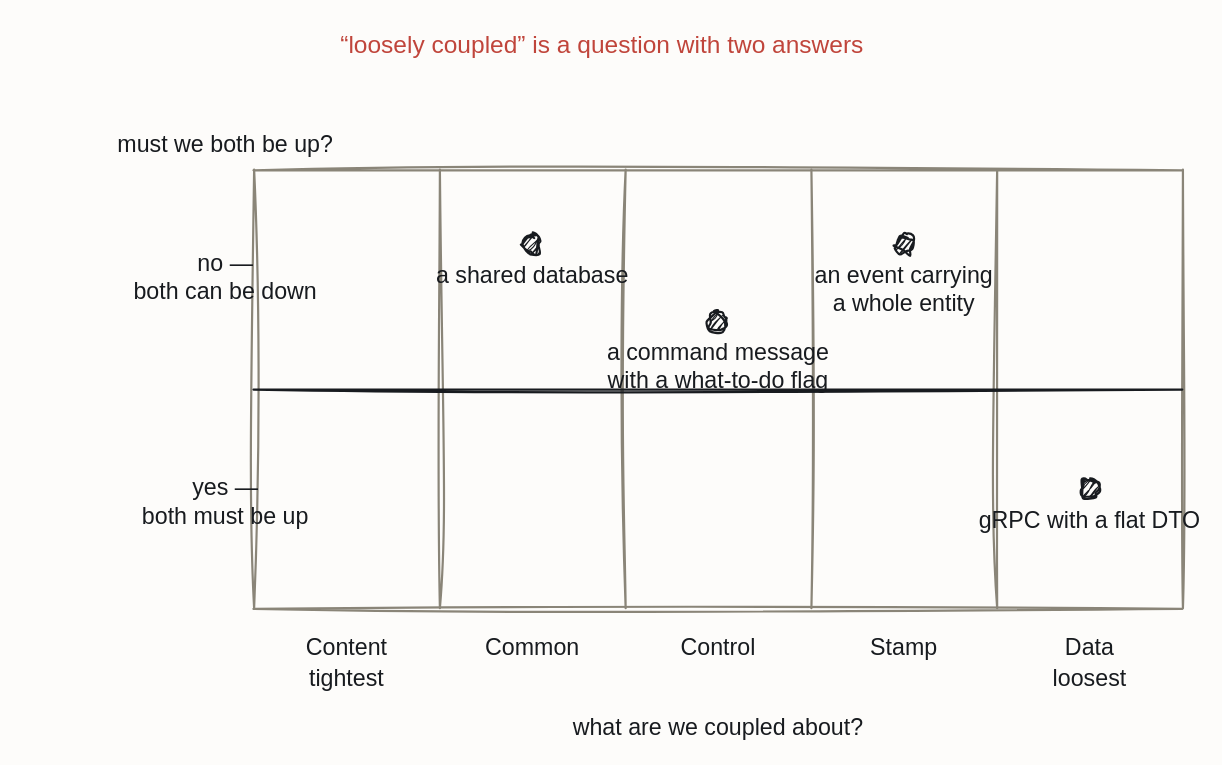
Above: resources/grid-coupling.drawio in iancooper/practical-messaging (draw.io), before the change. Source tidied: cells renumbered, new cells numbered last; positions are measured from the earlier drawing's top-left corner, leaving out a move shared by most shapes. Both pictures are drawn from the tidied source at 129%, with x=0, y=0 at pixel (147, 22).
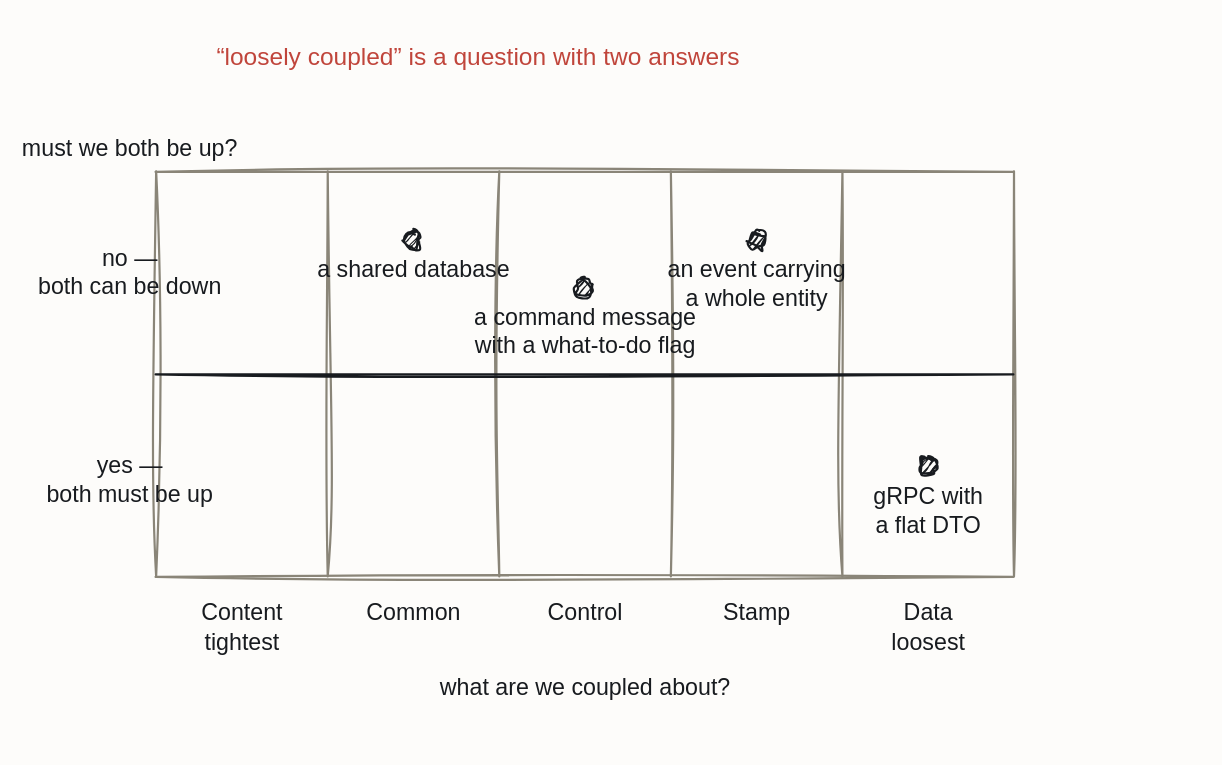
After the change.

Change to the diagram source:
```diff
@@
     <mxCell id="2" style="sketch=1;hachureGap=4;jiggle=2;curveFitting=1;fontFamily=Caveat;html=1;shape=line;strokeColor=#8A8578;strokeWidth=1.7;fillColor=none;fontColor=#8A8578;fontSize=13;" parent="1" vertex="1">
-      <mxGeometry x="82" y="114" width="720" height="1" as="geometry" />
+      <mxGeometry x="6.1" y="115.3" width="665" height="0.9" as="geometry" />
     </mxCell>
     <mxCell id="3" style="sketch=1;hachureGap=4;jiggle=2;curveFitting=1;fontFamily=Caveat;html=1;shape=line;strokeColor=#8A8578;strokeWidth=1.7;fillColor=none;fontColor=#8A8578;fontSize=13;" parent="1" vertex="1">
-      <mxGeometry x="82" y="454" width="720" height="1" as="geometry" />
+      <mxGeometry x="6.1" y="429.3" width="665" height="0.9" as="geometry" />
     </mxCell>
     <mxCell id="4" style="sketch=1;hachureGap=4;jiggle=2;curveFitting=1;fontFamily=Caveat;html=1;shape=line;direction=north;strokeColor=#8A8578;strokeWidth=1.7;fillColor=none;fontColor=#8A8578;fontSize=13;" parent="1" vertex="1">
-      <mxGeometry x="82" y="114" width="1" height="340" as="geometry" />
+      <mxGeometry x="6.1" y="115.3" width="0.9" height="314" as="geometry" />
     </mxCell>
     <mxCell id="5" style="sketch=1;hachureGap=4;jiggle=2;curveFitting=1;fontFamily=Caveat;html=1;shape=line;direction=north;strokeColor=#8A8578;strokeWidth=1.7;fillColor=none;fontColor=#8A8578;fontSize=13;" parent="1" vertex="1">
-      <mxGeometry x="802" y="114" width="1" height="340" as="geometry" />
+      <mxGeometry x="671.1" y="115.3" width="0.9" height="314" as="geometry" />
     </mxCell>
     <mxCell id="6" style="sketch=1;hachureGap=4;jiggle=2;curveFitting=1;fontFamily=Caveat;html=1;shape=line;direction=north;strokeColor=#8A8578;strokeWidth=1.7;fillColor=none;fontColor=#8A8578;fontSize=13;" parent="1" vertex="1">
-      <mxGeometry x="226" y="114" width="1" height="340" as="geometry" />
+      <mxGeometry x="139.1" y="115.3" width="0.9" height="314" as="geometry" />
     </mxCell>
     <mxCell id="7" style="sketch=1;hachureGap=4;jiggle=2;curveFitting=1;fontFamily=Caveat;html=1;shape=line;direction=north;strokeColor=#8A8578;strokeWidth=1.7;fillColor=none;fontColor=#8A8578;fontSize=13;" parent="1" vertex="1">
-      <mxGeometry x="370" y="114" width="1" height="340" as="geometry" />
+      <mxGeometry x="272.1" y="115.3" width="0.9" height="314" as="geometry" />
     </mxCell>
     <mxCell id="8" style="sketch=1;hachureGap=4;jiggle=2;curveFitting=1;fontFamily=Caveat;html=1;shape=line;direction=north;strokeColor=#8A8578;strokeWidth=1.7;fillColor=none;fontColor=#8A8578;fontSize=13;" parent="1" vertex="1">
-      <mxGeometry x="514" y="114" width="1" height="340" as="geometry" />
+      <mxGeometry x="405.1" y="115.3" width="0.9" height="314" as="geometry" />
     </mxCell>
     <mxCell id="9" style="sketch=1;hachureGap=4;jiggle=2;curveFitting=1;fontFamily=Caveat;html=1;shape=line;direction=north;strokeColor=#8A8578;strokeWidth=1.7;fillColor=none;fontColor=#8A8578;fontSize=13;" parent="1" vertex="1">
-      <mxGeometry x="658" y="114" width="1" height="340" as="geometry" />
+      <mxGeometry x="538.1" y="115.3" width="0.9" height="314" as="geometry" />
     </mxCell>
     <mxCell id="10" style="sketch=1;hachureGap=4;jiggle=2;curveFitting=1;fontFamily=Caveat;html=1;shape=line;strokeColor=#181B1F;strokeWidth=1.7;fillColor=none;fontColor=#181B1F;fontSize=13;" parent="1" vertex="1">
-      <mxGeometry x="82" y="284" width="720" height="1" as="geometry" />
+      <mxGeometry x="6.1" y="272.3" width="665" height="0.9" as="geometry" />
     </mxCell>
     <mxCell id="11" value="must we both be up?" style="text;html=1;align=center;fontFamily=Caveat;fontSize=18;fontColor=#181B1F;" parent="1" vertex="1">
-      <mxGeometry y="78" width="120" height="20" as="geometry" />
+      <mxGeometry x="-74.2" y="81.1" width="120" height="20" as="geometry" />
     </mxCell>
     <mxCell id="12" value="no —&#10;both can be down" style="text;html=1;align=center;fontFamily=Caveat;fontSize=18;fontColor=#181B1F;" parent="1" vertex="1">
-      <mxGeometry y="170" width="120" height="20" as="geometry" />
+      <mxGeometry x="-74.2" y="166.1" width="120" height="20" as="geometry" />
     </mxCell>
     <mxCell id="13" value="yes —&#10;both must be up" style="text;html=1;align=center;fontFamily=Caveat;fontSize=18;fontColor=#181B1F;" parent="1" vertex="1">
-      <mxGeometry y="344" width="120" height="20" as="geometry" />
+      <mxGeometry x="-74.2" y="326.8" width="120" height="20" as="geometry" />
     </mxCell>
     <mxCell id="14" value="Content" style="text;html=1;align=center;fontFamily=Caveat;fontSize=18;fontColor=#181B1F;" parent="1" vertex="1">
-      <mxGeometry x="94" y="468" width="120" height="20" as="geometry" />
+      <mxGeometry x="12.6" y="441.3" width="120" height="20" as="geometry" />
     </mxCell>
     <mxCell id="15" value="Common" style="text;html=1;align=center;fontFamily=Caveat;fontSize=18;fontColor=#181B1F;" parent="1" vertex="1">
-      <mxGeometry x="238" y="468" width="120" height="20" as="geometry" />
+      <mxGeometry x="145.6" y="441.3" width="120" height="20" as="geometry" />
     </mxCell>
     <mxCell id="16" value="Control" style="text;html=1;align=center;fontFamily=Caveat;fontSize=18;fontColor=#181B1F;" parent="1" vertex="1">
-      <mxGeometry x="382" y="468" width="120" height="20" as="geometry" />
+      <mxGeometry x="278.6" y="441.3" width="120" height="20" as="geometry" />
     </mxCell>
     <mxCell id="17" value="Stamp" style="text;html=1;align=center;fontFamily=Caveat;fontSize=18;fontColor=#181B1F;" parent="1" vertex="1">
-      <mxGeometry x="526" y="468" width="120" height="20" as="geometry" />
+      <mxGeometry x="411.6" y="441.3" width="120" height="20" as="geometry" />
     </mxCell>
     <mxCell id="18" value="Data" style="text;html=1;align=center;fontFamily=Caveat;fontSize=18;fontColor=#181B1F;" parent="1" vertex="1">
-      <mxGeometry x="670" y="468" width="120" height="20" as="geometry" />
+      <mxGeometry x="544.6" y="441.3" width="120" height="20" as="geometry" />
     </mxCell>
     <mxCell id="19" value="tightest" style="text;html=1;align=center;fontFamily=Caveat;fontSize=18;fontColor=#181B1F;" parent="1" vertex="1">
-      <mxGeometry x="94" y="492" width="120" height="20" as="geometry" />
+      <mxGeometry x="12.6" y="463.5" width="120" height="20" as="geometry" />
     </mxCell>
     <mxCell id="20" value="loosest" style="text;html=1;align=center;fontFamily=Caveat;fontSize=18;fontColor=#181B1F;" parent="1" vertex="1">
-      <mxGeometry x="670" y="492" width="120" height="20" as="geometry" />
+      <mxGeometry x="544.6" y="463.5" width="120" height="20" as="geometry" />
     </mxCell>
     <mxCell id="21" value="what are we coupled about?" style="text;html=1;align=center;fontFamily=Caveat;fontSize=18;fontColor=#181B1F;" parent="1" vertex="1">
-      <mxGeometry x="382" y="530" width="120" height="20" as="geometry" />
+      <mxGeometry x="278.6" y="498.6" width="120" height="20" as="geometry" />
     </mxCell>
     <mxCell id="22" value="“loosely coupled” is a question with two answers" style="text;html=1;align=center;fontFamily=Caveat;fontSize=19;fontColor=#C0453B;" parent="1" vertex="1">
-      <mxGeometry x="292" width="120" height="20" as="geometry" />
+      <mxGeometry x="195.5" y="9.1" width="120" height="20" as="geometry" />
     </mxCell>
     <mxCell id="23" value="a shared database" style="sketch=1;hachureGap=4;jiggle=2;curveFitting=1;fontFamily=Caveat;html=1;ellipse;verticalLabelPosition=bottom;verticalAlign=top;strokeColor=#181B1F;strokeWidth=1.7;fillColor=#181B1F;fontColor=#181B1F;fontSize=18;" parent="1" vertex="1">
-      <mxGeometry x="291" y="165" width="14" height="14" as="geometry" />
+      <mxGeometry x="199.1" y="162.4" width="12.9" height="12.9" as="geometry" />
     </mxCell>
     <mxCell id="24" value="an event carrying&#10;a whole entity" style="sketch=1;hachureGap=4;jiggle=2;curveFitting=1;fontFamily=Caveat;html=1;ellipse;verticalLabelPosition=bottom;verticalAlign=top;strokeColor=#181B1F;strokeWidth=1.7;fillColor=#181B1F;fontColor=#181B1F;fontSize=18;" parent="1" vertex="1">
-      <mxGeometry x="579" y="165" width="14" height="14" as="geometry" />
+      <mxGeometry x="465.1" y="162.4" width="12.9" height="12.9" as="geometry" />
     </mxCell>
     <mxCell id="25" value="a command message&#10;with a what-to-do flag" style="sketch=1;hachureGap=4;jiggle=2;curveFitting=1;fontFamily=Caveat;html=1;ellipse;verticalLabelPosition=bottom;verticalAlign=top;strokeColor=#181B1F;strokeWidth=1.7;fillColor=#181B1F;fontColor=#181B1F;fontSize=18;" parent="1" vertex="1">
-      <mxGeometry x="435" y="225" width="14" height="14" as="geometry" />
+      <mxGeometry x="332.1" y="199.3" width="12.9" height="12.9" as="geometry" />
     </mxCell>
-    <mxCell id="26" value="gRPC with a flat DTO" style="sketch=1;hachureGap=4;jiggle=2;curveFitting=1;fontFamily=Caveat;html=1;ellipse;verticalLabelPosition=bottom;verticalAlign=top;strokeColor=#181B1F;strokeWidth=1.7;fillColor=#181B1F;fontColor=#181B1F;fontSize=18;" parent="1" vertex="1">
-      <mxGeometry x="723" y="355" width="14" height="14" as="geometry" />
+    <mxCell id="26" value="gRPC with&#10;a flat DTO" style="sketch=1;hachureGap=4;jiggle=2;curveFitting=1;fontFamily=Caveat;html=1;ellipse;verticalLabelPosition=bottom;verticalAlign=top;strokeColor=#181B1F;strokeWidth=1.7;fillColor=#181B1F;fontColor=#181B1F;fontSize=18;" parent="1" vertex="1">
+      <mxGeometry x="598.1" y="337.9" width="12.9" height="12.9" as="geometry" />
     </mxCell>
```
